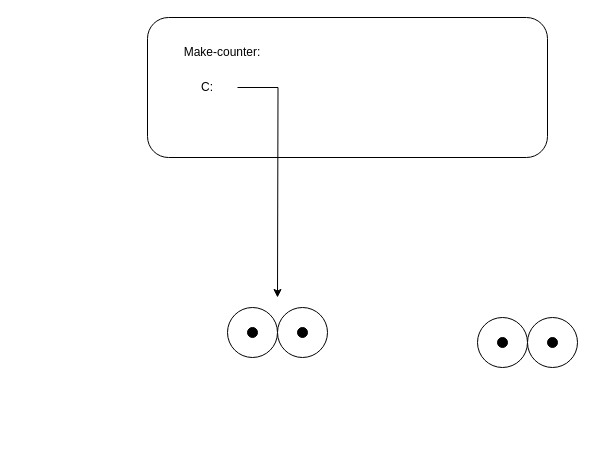
Earlier version of the draw.io diagram omgivelsesmodell.drawio (Adskan/flowcharts). Source tidied: cells renumbered, new cells numbered last; positions are measured from the earlier drawing's top-left corner, leaving out a move shared by most shapes. Both pictures are drawn from the tidied source at 100%, with x=0, y=0 at pixel (127, 17).
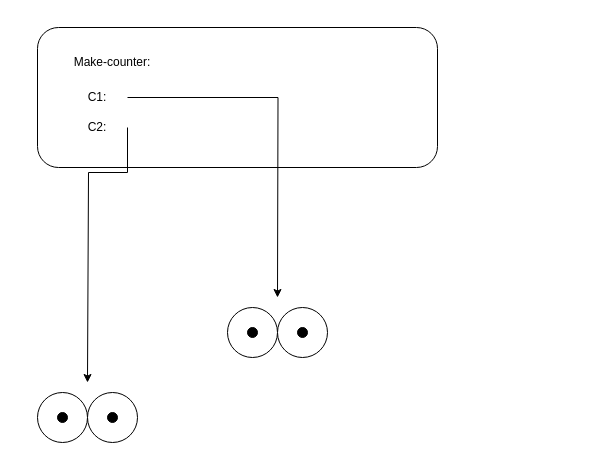
The same diagram, later.

Diff of the diagram source:
```diff
@@
 <mxGraphModel>
   <root>
     <mxCell id="0" />
     <mxCell id="1" parent="0" />
     <mxCell id="2" style="rounded=1;whiteSpace=wrap;html=1;" parent="1" vertex="1">
-      <mxGeometry x="20" width="400" height="140" as="geometry" />
+      <mxGeometry x="-90" y="10" width="400" height="140" as="geometry" />
     </mxCell>
     <mxCell id="3" value="Make-counter:" style="text;html=1;strokeColor=none;fillColor=none;align=center;verticalAlign=middle;whiteSpace=wrap;rounded=0;" parent="1" vertex="1">
-      <mxGeometry y="20" width="190" height="30" as="geometry" />
+      <mxGeometry x="-110" y="30" width="190" height="30" as="geometry" />
     </mxCell>
-    <mxCell id="4" style="edgeStyle=orthogonalEdgeStyle;rounded=0;jettySize=auto;html=1;exitX=1;exitY=0.5;exitDx=0;exitDy=0;" parent="1" edge="1" source="5">
+    <mxCell id="4" style="edgeStyle=orthogonalEdgeStyle;rounded=0;jettySize=auto;html=1;" parent="1" edge="1" source="5">
       <mxGeometry relative="1" as="geometry">
         <mxPoint x="150" y="280" as="targetPoint" />
       </mxGeometry>
     </mxCell>
-    <mxCell id="5" value="C:" style="text;html=1;strokeColor=none;fillColor=none;align=center;verticalAlign=middle;whiteSpace=wrap;rounded=0;" parent="1" vertex="1">
-      <mxGeometry x="50" y="55" width="60" height="30" as="geometry" />
+    <mxCell id="5" value="C1:" style="text;html=1;strokeColor=none;fillColor=none;align=center;verticalAlign=middle;whiteSpace=wrap;rounded=0;" parent="1" vertex="1">
+      <mxGeometry x="-60" y="65" width="60" height="30" as="geometry" />
     </mxCell>
     <mxCell id="6" style="edgeStyle=orthogonalEdgeStyle;rounded=0;orthogonalLoop=1;jettySize=auto;html=1;exitX=0.5;exitY=1;exitDx=0;exitDy=0;" parent="1" edge="1" source="2" target="2">
       <mxGeometry relative="1" as="geometry" />
     </mxCell>
     <mxCell id="7" style="ellipse;whiteSpace=wrap;html=1;" parent="1" vertex="1">
       <mxGeometry x="100" y="290" width="50" height="50" as="geometry" />
     </mxCell>
     <mxCell id="8" style="ellipse;whiteSpace=wrap;html=1;fillColor=#000000;" parent="1" vertex="1">
       <mxGeometry x="120" y="310" width="10" height="10" as="geometry" />
     </mxCell>
     <mxCell id="9" style="ellipse;whiteSpace=wrap;html=1;" parent="1" vertex="1">
       <mxGeometry x="150" y="290" width="50" height="50" as="geometry" />
     </mxCell>
     <mxCell id="10" style="ellipse;whiteSpace=wrap;html=1;fillColor=#000000;" parent="1" vertex="1">
       <mxGeometry x="170" y="310" width="10" height="10" as="geometry" />
     </mxCell>
-    <mxCell id="11" style="ellipse;whiteSpace=wrap;html=1;" parent="1" vertex="1">
-      <mxGeometry x="350" y="300" width="50" height="50" as="geometry" />
-    </mxCell>
-    <mxCell id="12" style="ellipse;whiteSpace=wrap;html=1;fillColor=#000000;" parent="1" vertex="1">
-      <mxGeometry x="370" y="320" width="10" height="10" as="geometry" />
-    </mxCell>
-    <mxCell id="13" style="ellipse;whiteSpace=wrap;html=1;" parent="1" vertex="1">
-      <mxGeometry x="400" y="300" width="50" height="50" as="geometry" />
-    </mxCell>
-    <mxCell id="14" style="ellipse;whiteSpace=wrap;html=1;fillColor=#000000;" parent="1" vertex="1">
-      <mxGeometry x="420" y="320" width="10" height="10" as="geometry" />
-    </mxCell>
+    <mxCell id="15" style="edgeStyle=orthogonalEdgeStyle;rounded=0;jettySize=auto;html=1;exitX=1;exitY=0.5;exitDx=0;exitDy=0;" parent="1" edge="1" source="16">
+      <mxGeometry relative="1" as="geometry">
+        <mxPoint x="-40" y="365" as="targetPoint" />
+        <Array as="points">
+          <mxPoint x="-39" y="155" />
+        </Array>
+      </mxGeometry>
+    </mxCell>
+    <mxCell id="16" value="C2:" style="text;html=1;strokeColor=none;fillColor=none;align=center;verticalAlign=middle;whiteSpace=wrap;rounded=0;" parent="1" vertex="1">
+      <mxGeometry x="-60" y="95" width="60" height="30" as="geometry" />
+    </mxCell>
+    <mxCell id="17" style="ellipse;whiteSpace=wrap;html=1;" parent="1" vertex="1">
+      <mxGeometry x="-90" y="375" width="50" height="50" as="geometry" />
+    </mxCell>
+    <mxCell id="18" style="ellipse;whiteSpace=wrap;html=1;fillColor=#000000;" parent="1" vertex="1">
+      <mxGeometry x="-70" y="395" width="10" height="10" as="geometry" />
+    </mxCell>
+    <mxCell id="19" style="ellipse;whiteSpace=wrap;html=1;" parent="1" vertex="1">
+      <mxGeometry x="-40" y="375" width="50" height="50" as="geometry" />
+    </mxCell>
+    <mxCell id="20" style="ellipse;whiteSpace=wrap;html=1;fillColor=#000000;" parent="1" vertex="1">
+      <mxGeometry x="-20" y="395" width="10" height="10" as="geometry" />
+    </mxCell>
   </root>
 </mxGraphModel>
```
